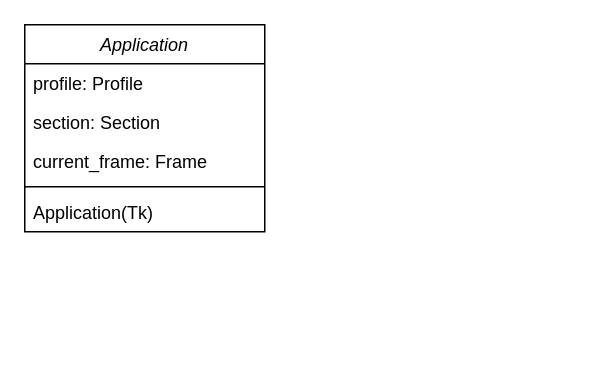
team-hydr8/class_diagrams keeps this draw.io diagram as Team HYDR-8 (Frontend UML Class Diagram).drawio.drawio. Above is the earlier version. Source tidied: cells renumbered, new cells numbered last; positions are measured from the earlier drawing's top-left corner, leaving out a move shared by most shapes. Both pictures are drawn from the tidied source at 150%, with x=0, y=0 at pixel (24, 24).
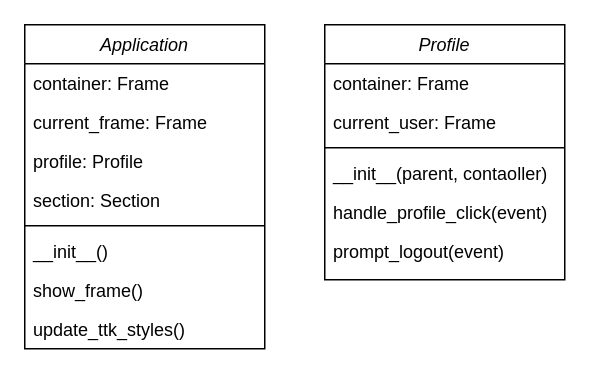
After the change.

Commit message:
Add application and profile to UML

Change to the diagram source:
```diff
@@
 <mxGraphModel>
   <root>
     <mxCell id="0" />
     <mxCell id="1" parent="0" />
     <mxCell id="2" value="Application" style="swimlane;fontStyle=2;align=center;verticalAlign=top;horizontal=1;startSize=26;rounded=0;shadow=0;strokeWidth=1;" parent="1" vertex="1">
-      <mxGeometry width="160" height="138" as="geometry" />
+      <mxGeometry width="160" height="216" as="geometry" />
     </mxCell>
+    <mxCell id="8" value="container: Frame" style="text;align=left;verticalAlign=top;spacingLeft=4;spacingRight=4;overflow=hidden;rounded=0;shadow=0;html=0;" parent="2" vertex="1">
+      <mxGeometry y="26" width="160" height="26" as="geometry" />
+    </mxCell>
+    <mxCell id="5" value="current_frame: Frame" style="text;align=left;verticalAlign=top;spacingLeft=4;spacingRight=4;overflow=hidden;rounded=0;shadow=0;html=0;" parent="2" vertex="1">
+      <mxGeometry y="52" width="160" height="26" as="geometry" />
+    </mxCell>
     <mxCell id="3" value="profile: Profile" style="text;align=left;verticalAlign=top;spacingLeft=4;spacingRight=4;overflow=hidden;" parent="2" vertex="1">
-      <mxGeometry y="26" width="160" height="26" as="geometry" />
+      <mxGeometry y="78" width="160" height="26" as="geometry" />
     </mxCell>
     <mxCell id="4" value="section: Section" style="text;align=left;verticalAlign=top;spacingLeft=4;spacingRight=4;overflow=hidden;rounded=0;shadow=0;html=0;" parent="2" vertex="1">
-      <mxGeometry y="52" width="160" height="26" as="geometry" />
+      <mxGeometry y="104" width="160" height="26" as="geometry" />
     </mxCell>
-    <mxCell id="5" value="current_frame: Frame" style="text;align=left;verticalAlign=top;spacingLeft=4;spacingRight=4;overflow=hidden;rounded=0;shadow=0;html=0;" parent="2" vertex="1">
-      <mxGeometry y="78" width="160" height="26" as="geometry" />
-    </mxCell>
     <mxCell id="6" style="line;html=1;strokeWidth=1;align=left;verticalAlign=middle;spacingTop=-1;spacingLeft=3;spacingRight=3;labelPosition=right;" parent="2" vertex="1">
-      <mxGeometry y="104" width="160" height="8" as="geometry" />
+      <mxGeometry y="130" width="160" height="8" as="geometry" />
     </mxCell>
+    <mxCell id="9" value="__init__()" style="text;align=left;verticalAlign=top;spacingLeft=4;spacingRight=4;overflow=hidden;" parent="2" vertex="1">
+      <mxGeometry y="138" width="160" height="26" as="geometry" />
+    </mxCell>
-    <mxCell id="7" value="Application(Tk)" style="text;align=left;verticalAlign=top;spacingLeft=4;spacingRight=4;overflow=hidden;" parent="2" vertex="1">
-      <mxGeometry y="112" width="160" height="26" as="geometry" />
+    <mxCell id="7" value="show_frame()" style="text;align=left;verticalAlign=top;spacingLeft=4;spacingRight=4;overflow=hidden;" parent="2" vertex="1">
+      <mxGeometry y="164" width="160" height="26" as="geometry" />
     </mxCell>
+    <mxCell id="10" value="update_ttk_styles()" style="text;align=left;verticalAlign=top;spacingLeft=4;spacingRight=4;overflow=hidden;" parent="2" vertex="1">
+      <mxGeometry y="190" width="160" height="26" as="geometry" />
+    </mxCell>
+    <mxCell id="11" value="Profile" style="swimlane;fontStyle=2;align=center;verticalAlign=top;horizontal=1;startSize=26;rounded=0;shadow=0;strokeWidth=1;" parent="1" vertex="1">
+      <mxGeometry x="200" width="160" height="170" as="geometry" />
+    </mxCell>
+    <mxCell id="12" value="container: Frame" style="text;align=left;verticalAlign=top;spacingLeft=4;spacingRight=4;overflow=hidden;rounded=0;shadow=0;html=0;" parent="11" vertex="1">
+      <mxGeometry y="26" width="160" height="26" as="geometry" />
+    </mxCell>
+    <mxCell id="13" value="current_user: Frame" style="text;align=left;verticalAlign=top;spacingLeft=4;spacingRight=4;overflow=hidden;rounded=0;shadow=0;html=0;" parent="11" vertex="1">
+      <mxGeometry y="52" width="160" height="26" as="geometry" />
+    </mxCell>
+    <mxCell id="14" style="line;html=1;strokeWidth=1;align=left;verticalAlign=middle;spacingTop=-1;spacingLeft=3;spacingRight=3;labelPosition=right;" parent="11" vertex="1">
+      <mxGeometry y="78" width="160" height="8" as="geometry" />
+    </mxCell>
+    <mxCell id="15" value="__init__(parent, contaoller)" style="text;align=left;verticalAlign=top;spacingLeft=4;spacingRight=4;overflow=hidden;" parent="11" vertex="1">
+      <mxGeometry y="86" width="160" height="26" as="geometry" />
+    </mxCell>
+    <mxCell id="16" value="handle_profile_click(event)" style="text;align=left;verticalAlign=top;spacingLeft=4;spacingRight=4;overflow=hidden;" parent="11" vertex="1">
+      <mxGeometry y="112" width="160" height="26" as="geometry" />
+    </mxCell>
+    <mxCell id="17" value="prompt_logout(event)" style="text;align=left;verticalAlign=top;spacingLeft=4;spacingRight=4;overflow=hidden;" parent="11" vertex="1">
+      <mxGeometry y="138" width="160" height="26" as="geometry" />
+    </mxCell>
   </root>
 </mxGraphModel>
```
